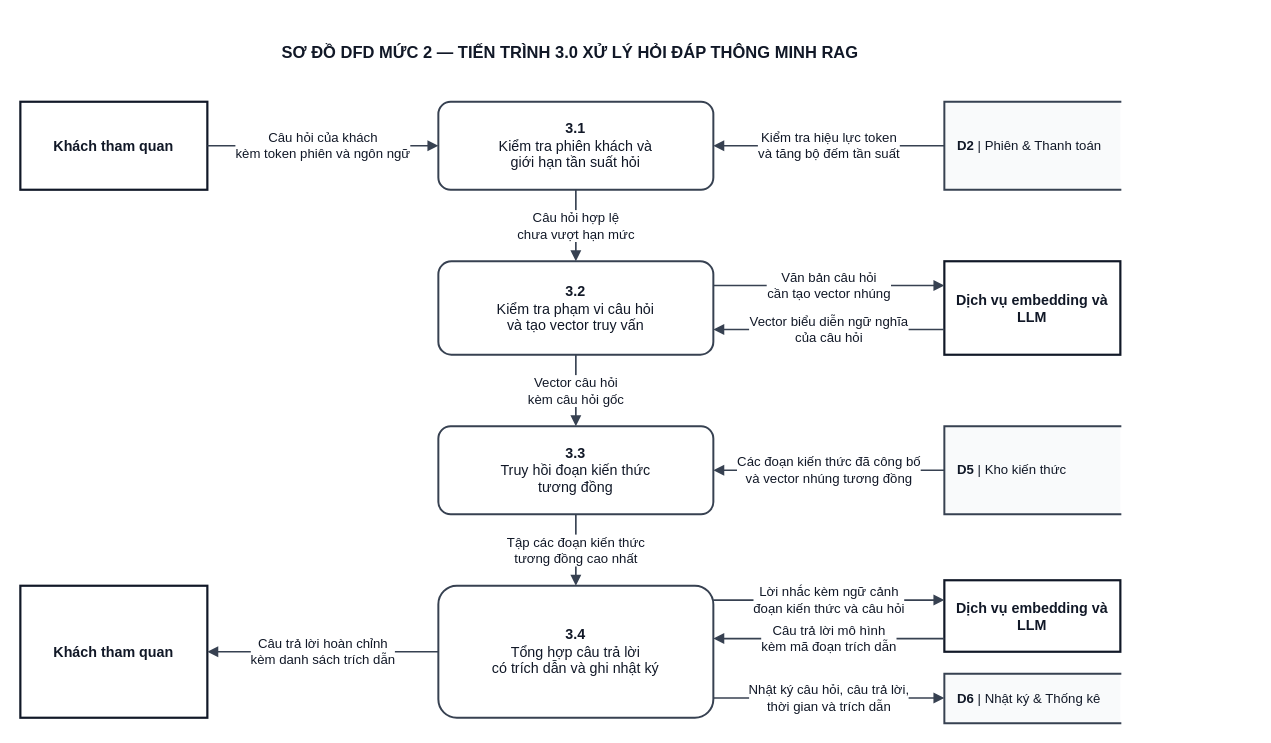
Earlier version of the draw.io diagram docs/diagram/dfd/DFD_Level_2_P3_Chatbot_RAG.drawio (Kazuken123/prj_sgu26_cnpm). Source tidied: cells renumbered, new cells numbered last; positions are measured from the earlier drawing's top-left corner, leaving out a move shared by most shapes. Both pictures are drawn from the tidied source at 110%, with x=0, y=0 at pixel (20, 30).
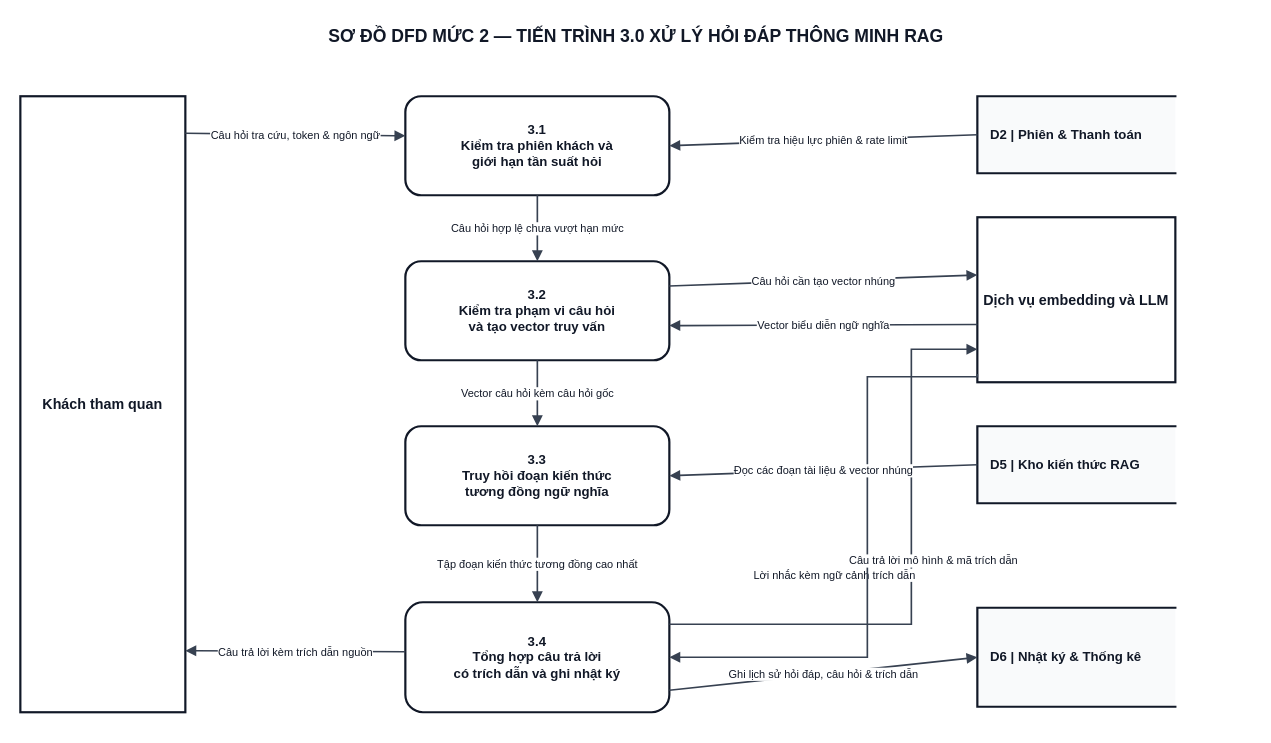
After the change.

Diff of the diagram source:
```diff
@@
-    <mxCell id="2" value="SƠ ĐỒ DFD MỨC 2 — TIẾN TRÌNH 3.0 XỬ LÝ HỎI ĐÁP THÔNG MINH RAG" style="text;html=1;align=center;verticalAlign=middle;whiteSpace=wrap;fontFamily=Arial;fontSize=15;fontStyle=1;fillColor=none;strokeColor=none;fontColor=#111827;" parent="1" vertex="1">
-      <mxGeometry width="1000" height="40" as="geometry" />
+    <mxCell id="2" value="SƠ ĐỒ DFD MỨC 2 — TIẾN TRÌNH 3.0 XỬ LÝ HỎI ĐÁP THÔNG MINH RAG" style="text;html=1;align=center;verticalAlign=middle;whiteSpace=wrap;fontFamily=Arial;fontSize=16;fontStyle=1;fillColor=none;strokeColor=none;fontColor=#111827;" parent="1" vertex="1">
+      <mxGeometry y="-10" width="1120" height="30" as="geometry" />
     </mxCell>
+    <mxCell id="26" value="Khách tham quan" style="rounded=0;whiteSpace=wrap;html=1;fillColor=#FFFFFF;strokeColor=#111827;strokeWidth=2;fontFamily=Arial;fontSize=13;fontStyle=1;fontColor=#111827;align=center;" parent="1" vertex="1">
+      <mxGeometry y="60" width="150" height="560" as="geometry" />
+    </mxCell>
-    <mxCell id="3" value="&lt;b&gt;3.1&lt;/b&gt;&lt;br/&gt;Kiểm tra phiên khách và&lt;br/&gt;giới hạn tần suất hỏi" style="rounded=1;arcSize=14;whiteSpace=wrap;html=1;fillColor=#FFFFFF;strokeColor=#374151;strokeWidth=1.8;fontFamily=Arial;fontSize=13;fontColor=#111827;align=center;" parent="1" vertex="1">
-      <mxGeometry x="380" y="65" width="250" height="80" as="geometry" />
+    <mxCell id="3" value="&lt;b&gt;3.1&lt;/b&gt;&lt;br/&gt;Kiểm tra phiên khách và&lt;br/&gt;giới hạn tần suất hỏi" style="rounded=1;arcSize=16;whiteSpace=wrap;html=1;fillColor=#FFFFFF;strokeColor=#111827;strokeWidth=2;fontFamily=Arial;fontSize=12;fontStyle=1;fontColor=#111827;align=center;" parent="1" vertex="1">
+      <mxGeometry x="350" y="60" width="240" height="90" as="geometry" />
     </mxCell>
-    <mxCell id="4" value="&lt;b&gt;3.2&lt;/b&gt;&lt;br/&gt;Kiểm tra phạm vi câu hỏi&lt;br/&gt;và tạo vector truy vấn" style="rounded=1;arcSize=14;whiteSpace=wrap;html=1;fillColor=#FFFFFF;strokeColor=#374151;strokeWidth=1.8;fontFamily=Arial;fontSize=13;fontColor=#111827;align=center;" parent="1" vertex="1">
-      <mxGeometry x="380" y="210" width="250" height="85" as="geometry" />
+    <mxCell id="4" value="&lt;b&gt;3.2&lt;/b&gt;&lt;br/&gt;Kiểm tra phạm vi câu hỏi&lt;br/&gt;và tạo vector truy vấn" style="rounded=1;arcSize=16;whiteSpace=wrap;html=1;fillColor=#FFFFFF;strokeColor=#111827;strokeWidth=2;fontFamily=Arial;fontSize=12;fontStyle=1;fontColor=#111827;align=center;" parent="1" vertex="1">
+      <mxGeometry x="350" y="210" width="240" height="90" as="geometry" />
     </mxCell>
-    <mxCell id="5" value="&lt;b&gt;3.3&lt;/b&gt;&lt;br/&gt;Truy hồi đoạn kiến thức&lt;br/&gt;tương đồng" style="rounded=1;arcSize=14;whiteSpace=wrap;html=1;fillColor=#FFFFFF;strokeColor=#374151;strokeWidth=1.8;fontFamily=Arial;fontSize=13;fontColor=#111827;align=center;" parent="1" vertex="1">
-      <mxGeometry x="380" y="360" width="250" height="80" as="geometry" />
+    <mxCell id="5" value="&lt;b&gt;3.3&lt;/b&gt;&lt;br/&gt;Truy hồi đoạn kiến thức&lt;br/&gt;tương đồng ngữ nghĩa" style="rounded=1;arcSize=16;whiteSpace=wrap;html=1;fillColor=#FFFFFF;strokeColor=#111827;strokeWidth=2;fontFamily=Arial;fontSize=12;fontStyle=1;fontColor=#111827;align=center;" parent="1" vertex="1">
+      <mxGeometry x="350" y="360" width="240" height="90" as="geometry" />
     </mxCell>
-    <mxCell id="6" value="&lt;b&gt;3.4&lt;/b&gt;&lt;br/&gt;Tổng hợp câu trả lời&lt;br/&gt;có trích dẫn và ghi nhật ký" style="rounded=1;arcSize=14;whiteSpace=wrap;html=1;fillColor=#FFFFFF;strokeColor=#374151;strokeWidth=1.8;fontFamily=Arial;fontSize=13;fontColor=#111827;align=center;" parent="1" vertex="1">
-      <mxGeometry x="380" y="505" width="250" height="120" as="geometry" />
+    <mxCell id="6" value="&lt;b&gt;3.4&lt;/b&gt;&lt;br/&gt;Tổng hợp câu trả lời&lt;br/&gt;có trích dẫn và ghi nhật ký" style="rounded=1;arcSize=16;whiteSpace=wrap;html=1;fillColor=#FFFFFF;strokeColor=#111827;strokeWidth=2;fontFamily=Arial;fontSize=12;fontStyle=1;fontColor=#111827;align=center;" parent="1" vertex="1">
+      <mxGeometry x="350" y="520" width="240" height="100" as="geometry" />
     </mxCell>
+    <mxCell id="11" value="&lt;b&gt;D2&lt;/b&gt; | Phiên &amp; Thanh toán" style="shape=partialRectangle;whiteSpace=wrap;html=1;left=1;right=0;top=1;bottom=1;fillColor=#F9FAFB;strokeColor=#111827;strokeWidth=2;fontFamily=Arial;fontSize=12;fontStyle=1;fontColor=#111827;align=left;spacingLeft=10;" parent="1" vertex="1">
+      <mxGeometry x="870" y="60" width="180" height="70" as="geometry" />
+    </mxCell>
+    <mxCell id="27" value="&lt;b&gt;D5&lt;/b&gt; | Kho kiến thức RAG" style="shape=partialRectangle;whiteSpace=wrap;html=1;left=1;right=0;top=1;bottom=1;fillColor=#F9FAFB;strokeColor=#111827;strokeWidth=2;fontFamily=Arial;fontSize=12;fontStyle=1;fontColor=#111827;align=left;spacingLeft=10;" parent="1" vertex="1">
+      <mxGeometry x="870" y="360" width="180" height="70" as="geometry" />
+    </mxCell>
+    <mxCell id="28" value="Dịch vụ embedding và LLM" style="rounded=0;whiteSpace=wrap;html=1;fillColor=#FFFFFF;strokeColor=#111827;strokeWidth=2;fontFamily=Arial;fontSize=13;fontStyle=1;fontColor=#111827;align=center;" parent="1" vertex="1">
+      <mxGeometry x="870" y="170" width="180" height="150" as="geometry" />
+    </mxCell>
+    <mxCell id="21" value="&lt;b&gt;D6&lt;/b&gt; | Nhật ký &amp; Thống kê" style="shape=partialRectangle;whiteSpace=wrap;html=1;left=1;right=0;top=1;bottom=1;fillColor=#F9FAFB;strokeColor=#111827;strokeWidth=2;fontFamily=Arial;fontSize=12;fontStyle=1;fontColor=#111827;align=left;spacingLeft=10;" parent="1" vertex="1">
+      <mxGeometry x="870" y="525" width="180" height="90" as="geometry" />
+    </mxCell>
+    <mxCell id="12" value="Câu hỏi tra cứu, token &amp; ngôn ngữ" style="rounded=0;html=1;strokeColor=#374151;strokeWidth=1.5;endArrow=block;endFill=1;fontFamily=Arial;fontSize=10;fontColor=#111827;labelBackgroundColor=#FFFFFF;spacing=2;exitX=1;exitY=0.06;exitDx=0;exitDy=0;entryX=0;entryY=0.4;entryDx=0;entryDy=0;edgeStyle=none;" parent="1" edge="1" source="26" target="3">
+      <mxGeometry relative="1" as="geometry" />
+    </mxCell>
+    <mxCell id="22" value="Câu trả lời kèm trích dẫn nguồn" style="rounded=0;html=1;strokeColor=#374151;strokeWidth=1.5;endArrow=block;endFill=1;fontFamily=Arial;fontSize=10;fontColor=#111827;labelBackgroundColor=#FFFFFF;spacing=2;exitX=0;exitY=0.45;exitDx=0;exitDy=0;entryX=1;entryY=0.9;entryDx=0;entryDy=0;edgeStyle=none;" parent="1" edge="1" source="6" target="26">
+      <mxGeometry relative="1" as="geometry" />
+    </mxCell>
+    <mxCell id="15" value="Câu hỏi cần tạo vector nhúng" style="rounded=0;html=1;strokeColor=#374151;strokeWidth=1.5;endArrow=block;endFill=1;fontFamily=Arial;fontSize=10;fontColor=#111827;labelBackgroundColor=#FFFFFF;spacing=2;exitX=1;exitY=0.25;exitDx=0;exitDy=0;entryX=0;entryY=0.35;entryDx=0;entryDy=0;edgeStyle=none;" parent="1" edge="1" source="4" target="28">
+      <mxGeometry relative="1" as="geometry" />
+    </mxCell>
+    <mxCell id="16" value="Vector biểu diễn ngữ nghĩa" style="rounded=0;html=1;strokeColor=#374151;strokeWidth=1.5;endArrow=block;endFill=1;fontFamily=Arial;fontSize=10;fontColor=#111827;labelBackgroundColor=#FFFFFF;spacing=2;exitX=0;exitY=0.65;exitDx=0;exitDy=0;entryX=1;entryY=0.65;entryDx=0;entryDy=0;edgeStyle=none;" parent="1" edge="1" source="28" target="4">
+      <mxGeometry relative="1" as="geometry" />
+    </mxCell>
+    <mxCell id="23" value="Lời nhắc kèm ngữ cảnh trích dẫn" style="rounded=0;html=1;strokeColor=#374151;strokeWidth=1.5;endArrow=block;endFill=1;fontFamily=Arial;fontSize=10;fontColor=#111827;labelBackgroundColor=#FFFFFF;spacing=2;exitX=1;exitY=0.2;exitDx=0;exitDy=0;entryX=0;entryY=0.8;entryDx=0;entryDy=0;edgeStyle=orthogonalEdgeStyle;jettySize=auto;" parent="1" edge="1" source="6" target="28">
+      <mxGeometry relative="1" as="geometry">
+        <Array as="points">
+          <mxPoint x="590" y="540" />
+          <mxPoint x="810" y="540" />
+          <mxPoint x="810" y="290" />
+        </Array>
+        <mxPoint x="-70" as="offset" />
+      </mxGeometry>
+    </mxCell>
+    <mxCell id="24" value="Câu trả lời mô hình &amp; mã trích dẫn" style="rounded=0;html=1;strokeColor=#374151;strokeWidth=1.5;endArrow=block;endFill=1;fontFamily=Arial;fontSize=10;fontColor=#111827;labelBackgroundColor=#FFFFFF;spacing=2;exitX=0;exitY=0.95;exitDx=0;exitDy=0;entryX=1;entryY=0.5;entryDx=0;entryDy=0;edgeStyle=orthogonalEdgeStyle;jettySize=auto;" parent="1" edge="1" source="28" target="6">
+      <mxGeometry relative="1" as="geometry">
+        <Array as="points">
+          <mxPoint x="870" y="315" />
+          <mxPoint x="770" y="315" />
+          <mxPoint x="770" y="570" />
+        </Array>
+        <mxPoint x="60" as="offset" />
+      </mxGeometry>
+    </mxCell>
-    <mxCell id="7" value="Câu hỏi hợp lệ&lt;br/&gt;chưa vượt hạn mức" style="edgeStyle=none;rounded=0;html=1;exitX=0.5;exitY=1;entryX=0.5;entryY=0;strokeColor=#374151;strokeWidth=1.5;endArrow=block;endFill=1;fontFamily=Arial;fontSize=12;fontColor=#111827;labelBackgroundColor=#FFFFFF;" parent="1" edge="1" source="3" target="4">
+    <mxCell id="7" value="Câu hỏi hợp lệ chưa vượt hạn mức" style="rounded=0;html=1;strokeColor=#374151;strokeWidth=1.5;endArrow=block;endFill=1;fontFamily=Arial;fontSize=10;fontColor=#111827;labelBackgroundColor=#FFFFFF;spacing=2;exitX=0.5;exitY=1;exitDx=0;exitDy=0;entryX=0.5;entryY=0;entryDx=0;entryDy=0;edgeStyle=none;" parent="1" edge="1" source="3" target="4">
       <mxGeometry relative="1" as="geometry" />
     </mxCell>
-    <mxCell id="8" value="Vector câu hỏi&lt;br/&gt;kèm câu hỏi gốc" style="edgeStyle=none;rounded=0;html=1;exitX=0.5;exitY=1;entryX=0.5;entryY=0;strokeColor=#374151;strokeWidth=1.5;endArrow=block;endFill=1;fontFamily=Arial;fontSize=12;fontColor=#111827;labelBackgroundColor=#FFFFFF;" parent="1" edge="1" source="4" target="5">
+    <mxCell id="8" value="Vector câu hỏi kèm câu hỏi gốc" style="rounded=0;html=1;strokeColor=#374151;strokeWidth=1.5;endArrow=block;endFill=1;fontFamily=Arial;fontSize=10;fontColor=#111827;labelBackgroundColor=#FFFFFF;spacing=2;exitX=0.5;exitY=1;exitDx=0;exitDy=0;entryX=0.5;entryY=0;entryDx=0;entryDy=0;edgeStyle=none;" parent="1" edge="1" source="4" target="5">
       <mxGeometry relative="1" as="geometry" />
     </mxCell>
-    <mxCell id="9" value="Tập các đoạn kiến thức&lt;br/&gt;tương đồng cao nhất" style="edgeStyle=none;rounded=0;html=1;exitX=0.5;exitY=1;entryX=0.5;entryY=0;strokeColor=#374151;strokeWidth=1.5;endArrow=block;endFill=1;fontFamily=Arial;fontSize=12;fontColor=#111827;labelBackgroundColor=#FFFFFF;" parent="1" edge="1" source="5" target="6">
+    <mxCell id="9" value="Tập đoạn kiến thức tương đồng cao nhất" style="rounded=0;html=1;strokeColor=#374151;strokeWidth=1.5;endArrow=block;endFill=1;fontFamily=Arial;fontSize=10;fontColor=#111827;labelBackgroundColor=#FFFFFF;spacing=2;exitX=0.5;exitY=1;exitDx=0;exitDy=0;entryX=0.5;entryY=0;entryDx=0;entryDy=0;edgeStyle=none;" parent="1" edge="1" source="5" target="6">
       <mxGeometry relative="1" as="geometry" />
     </mxCell>
-    <mxCell id="10" value="Khách tham quan" style="rounded=0;whiteSpace=wrap;html=1;fillColor=#FFFFFF;strokeColor=#111827;strokeWidth=2;fontFamily=Arial;fontSize=13;fontStyle=1;fontColor=#111827;align=center;" parent="1" vertex="1">
-      <mxGeometry y="65" width="170" height="80" as="geometry" />
-    </mxCell>
-    <mxCell id="11" value="&lt;b&gt;D2&lt;/b&gt; | Phiên &amp;amp; Thanh toán" style="shape=partialRectangle;whiteSpace=wrap;html=1;left=1;right=0;top=1;bottom=1;fillColor=#F9FAFB;strokeColor=#374151;strokeWidth=1.8;fontFamily=Arial;fontSize=12;fontColor=#111827;align=left;spacingLeft=10;" parent="1" vertex="1">
-      <mxGeometry x="840" y="65" width="160" height="80" as="geometry" />
-    </mxCell>
-    <mxCell id="12" value="Câu hỏi của khách&lt;br/&gt;kèm token phiên và ngôn ngữ" style="edgeStyle=none;rounded=0;html=1;exitX=1.0;exitY=0.5;entryX=0.0;entryY=0.5;strokeColor=#374151;strokeWidth=1.5;endArrow=block;endFill=1;fontFamily=Arial;fontSize=12;fontColor=#111827;labelBackgroundColor=#FFFFFF;" parent="1" edge="1" source="10" target="3">
-      <mxGeometry relative="1" as="geometry" />
-    </mxCell>
-    <mxCell id="13" value="Kiểm tra hiệu lực token&lt;br/&gt;và tăng bộ đếm tần suất" style="edgeStyle=none;rounded=0;html=1;exitX=0.0;exitY=0.5;entryX=1.0;entryY=0.5;strokeColor=#374151;strokeWidth=1.5;endArrow=block;endFill=1;fontFamily=Arial;fontSize=12;fontColor=#111827;labelBackgroundColor=#FFFFFF;" parent="1" edge="1" source="11" target="3">
+    <mxCell id="13" value="Kiểm tra hiệu lực phiên &amp; rate limit" style="rounded=0;html=1;strokeColor=#374151;strokeWidth=1.5;endArrow=block;endFill=1;fontFamily=Arial;fontSize=10;fontColor=#111827;labelBackgroundColor=#FFFFFF;spacing=2;exitX=0;exitY=0.5;exitDx=0;exitDy=0;entryX=1;entryY=0.5;entryDx=0;entryDy=0;edgeStyle=none;" parent="1" edge="1" source="11" target="3">
       <mxGeometry relative="1" as="geometry" />
     </mxCell>
-    <mxCell id="14" value="Dịch vụ embedding và LLM" style="rounded=0;whiteSpace=wrap;html=1;fillColor=#FFFFFF;strokeColor=#111827;strokeWidth=2;fontFamily=Arial;fontSize=13;fontStyle=1;fontColor=#111827;align=center;" parent="1" vertex="1">
-      <mxGeometry x="840" y="210" width="160" height="85" as="geometry" />
-    </mxCell>
-    <mxCell id="15" value="Văn bản câu hỏi&lt;br/&gt;cần tạo vector nhúng" style="edgeStyle=none;rounded=0;html=1;exitX=1.0;exitY=0.2588;entryX=0.0;entryY=0.2588;strokeColor=#374151;strokeWidth=1.5;endArrow=block;endFill=1;fontFamily=Arial;fontSize=12;fontColor=#111827;labelBackgroundColor=#FFFFFF;" parent="1" edge="1" source="4" target="14">
-      <mxGeometry relative="1" as="geometry" />
-    </mxCell>
-    <mxCell id="16" value="Vector biểu diễn ngữ nghĩa&lt;br/&gt;của câu hỏi" style="edgeStyle=none;rounded=0;html=1;exitX=0.0;exitY=0.7294;entryX=1.0;entryY=0.7294;strokeColor=#374151;strokeWidth=1.5;endArrow=block;endFill=1;fontFamily=Arial;fontSize=12;fontColor=#111827;labelBackgroundColor=#FFFFFF;" parent="1" edge="1" source="14" target="4">
-      <mxGeometry relative="1" as="geometry" />
-    </mxCell>
-    <mxCell id="17" value="&lt;b&gt;D5&lt;/b&gt; | Kho kiến thức" style="shape=partialRectangle;whiteSpace=wrap;html=1;left=1;right=0;top=1;bottom=1;fillColor=#F9FAFB;strokeColor=#374151;strokeWidth=1.8;fontFamily=Arial;fontSize=12;fontColor=#111827;align=left;spacingLeft=10;" parent="1" vertex="1">
-      <mxGeometry x="840" y="360" width="160" height="80" as="geometry" />
-    </mxCell>
-    <mxCell id="18" value="Các đoạn kiến thức đã công bố&lt;br/&gt;và vector nhúng tương đồng" style="edgeStyle=none;rounded=0;html=1;exitX=0.0;exitY=0.5;entryX=1.0;entryY=0.5;strokeColor=#374151;strokeWidth=1.5;endArrow=block;endFill=1;fontFamily=Arial;fontSize=12;fontColor=#111827;labelBackgroundColor=#FFFFFF;" parent="1" edge="1" source="17" target="5">
-      <mxGeometry relative="1" as="geometry" />
-    </mxCell>
-    <mxCell id="19" value="Khách tham quan" style="rounded=0;whiteSpace=wrap;html=1;fillColor=#FFFFFF;strokeColor=#111827;strokeWidth=2;fontFamily=Arial;fontSize=13;fontStyle=1;fontColor=#111827;align=center;" parent="1" vertex="1">
-      <mxGeometry y="505" width="170" height="120" as="geometry" />
-    </mxCell>
-    <mxCell id="20" value="Dịch vụ embedding và LLM" style="rounded=0;whiteSpace=wrap;html=1;fillColor=#FFFFFF;strokeColor=#111827;strokeWidth=2;fontFamily=Arial;fontSize=13;fontStyle=1;fontColor=#111827;align=center;" parent="1" vertex="1">
-      <mxGeometry x="840" y="500" width="160" height="65" as="geometry" />
-    </mxCell>
-    <mxCell id="21" value="&lt;b&gt;D6&lt;/b&gt; | Nhật ký &amp;amp; Thống kê" style="shape=partialRectangle;whiteSpace=wrap;html=1;left=1;right=0;top=1;bottom=1;fillColor=#F9FAFB;strokeColor=#374151;strokeWidth=1.8;fontFamily=Arial;fontSize=12;fontColor=#111827;align=left;spacingLeft=10;" parent="1" vertex="1">
-      <mxGeometry x="840" y="585" width="160" height="45" as="geometry" />
-    </mxCell>
-    <mxCell id="22" value="Câu trả lời hoàn chỉnh&lt;br/&gt;kèm danh sách trích dẫn" style="edgeStyle=none;rounded=0;html=1;exitX=0.0;exitY=0.5;entryX=1.0;entryY=0.5;strokeColor=#374151;strokeWidth=1.5;endArrow=block;endFill=1;fontFamily=Arial;fontSize=12;fontColor=#111827;labelBackgroundColor=#FFFFFF;" parent="1" edge="1" source="6" target="19">
-      <mxGeometry relative="1" as="geometry" />
-    </mxCell>
-    <mxCell id="23" value="Lời nhắc kèm ngữ cảnh&lt;br/&gt;đoạn kiến thức và câu hỏi" style="edgeStyle=none;rounded=0;html=1;exitX=1.0;exitY=0.1083;entryX=0.0;entryY=0.2769;strokeColor=#374151;strokeWidth=1.5;endArrow=block;endFill=1;fontFamily=Arial;fontSize=12;fontColor=#111827;labelBackgroundColor=#FFFFFF;" parent="1" edge="1" source="6" target="20">
-      <mxGeometry relative="1" as="geometry" />
-    </mxCell>
-    <mxCell id="24" value="Câu trả lời mô hình&lt;br/&gt;kèm mã đoạn trích dẫn" style="edgeStyle=none;rounded=0;html=1;exitX=0.0;exitY=0.8154;entryX=1.0;entryY=0.4;strokeColor=#374151;strokeWidth=1.5;endArrow=block;endFill=1;fontFamily=Arial;fontSize=12;fontColor=#111827;labelBackgroundColor=#FFFFFF;" parent="1" edge="1" source="20" target="6">
-      <mxGeometry relative="1" as="geometry" />
-    </mxCell>
+    <mxCell id="29" value="Đọc các đoạn tài liệu &amp; vector nhúng" style="rounded=0;html=1;strokeColor=#374151;strokeWidth=1.5;endArrow=block;endFill=1;fontFamily=Arial;fontSize=10;fontColor=#111827;labelBackgroundColor=#FFFFFF;spacing=2;exitX=0;exitY=0.5;exitDx=0;exitDy=0;entryX=1;entryY=0.5;entryDx=0;entryDy=0;edgeStyle=none;" parent="1" edge="1" source="27" target="5">
+      <mxGeometry relative="1" as="geometry" />
+    </mxCell>
-    <mxCell id="25" value="Nhật ký câu hỏi, câu trả lời,&lt;br/&gt;thời gian và trích dẫn" style="edgeStyle=none;rounded=0;html=1;exitX=1.0;exitY=0.85;entryX=0.0;entryY=0.4889;strokeColor=#374151;strokeWidth=1.5;endArrow=block;endFill=1;fontFamily=Arial;fontSize=12;fontColor=#111827;labelBackgroundColor=#FFFFFF;" parent="1" edge="1" source="6" target="21">
+    <mxCell id="25" value="Ghi lịch sử hỏi đáp, câu hỏi &amp; trích dẫn" style="rounded=0;html=1;strokeColor=#374151;strokeWidth=1.5;endArrow=block;endFill=1;fontFamily=Arial;fontSize=10;fontColor=#111827;labelBackgroundColor=#FFFFFF;spacing=2;exitX=1;exitY=0.8;exitDx=0;exitDy=0;entryX=0;entryY=0.5;entryDx=0;entryDy=0;edgeStyle=none;" parent="1" edge="1" source="6" target="21">
       <mxGeometry relative="1" as="geometry" />
     </mxCell>
```
